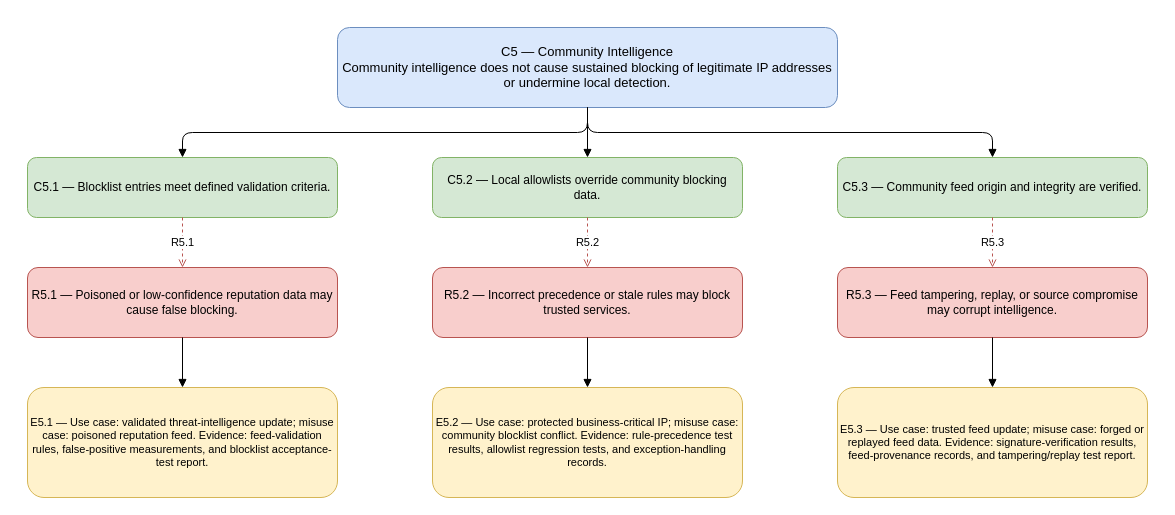
Before: page "C5 Community Intelligence" (5 of 5) of resources/static/assurane-claims/top-level-claims-subclaims-rebuttals-evidence-v1.drawio in HapticLazier2/CSCI-8420-Group-2, a draw.io diagram. Source tidied: cells renumbered, new cells numbered last; positions are measured from the earlier drawing's top-left corner, leaving out a move shared by most shapes. Both pictures are drawn from the tidied source at 100%, with x=0, y=0 at pixel (27, 27).
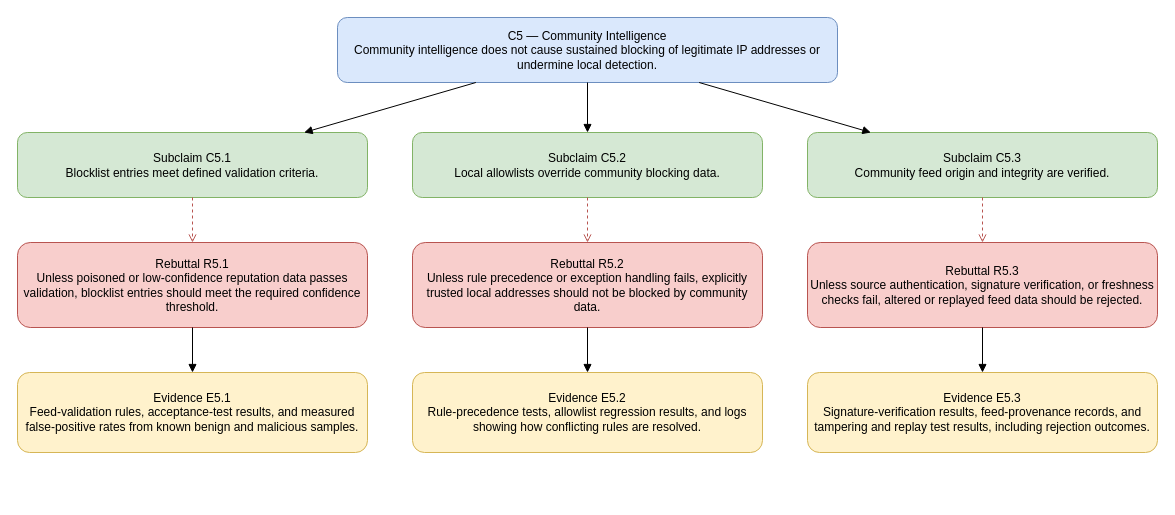
The same page after the edit.

Commit message (it also covers changes not shown here):
Modified the rebuttals to ensure the 'Unless' word exists

Change to the diagram source:
```diff
@@
-    <mxCell id="2" value="C5 — Community Intelligence&#10;Community intelligence does not cause sustained blocking of legitimate IP addresses or undermine local detection." style="rounded=1;whiteSpace=wrap;html=1;fillColor=#dae8fc;strokeColor=#6c8ebf;fontSize=13;" parent="1" vertex="1">
-      <mxGeometry x="310" width="500" height="80" as="geometry" />
+    <mxCell id="2" value="C5 — Community Intelligence&#10;Community intelligence does not cause sustained blocking of legitimate IP addresses or undermine local detection." style="rounded=1;whiteSpace=wrap;html=1;fillColor=#dae8fc;strokeColor=#6c8ebf;" parent="1" vertex="1">
+      <mxGeometry x="310" y="-10" width="500" height="65" as="geometry" />
     </mxCell>
-    <mxCell id="3" value="C5.1 — Blocklist entries meet defined validation criteria." style="rounded=1;whiteSpace=wrap;html=1;fillColor=#d5e8d4;strokeColor=#82b366;" parent="1" vertex="1">
-      <mxGeometry y="130" width="310" height="60" as="geometry" />
-    </mxCell>
+    <mxCell id="21" value="Subclaim C5.1&#10;Blocklist entries meet defined validation criteria." style="rounded=1;whiteSpace=wrap;html=1;fillColor=#d5e8d4;strokeColor=#82b366;" parent="1" vertex="1">
+      <mxGeometry x="-10" y="105" width="350" height="65" as="geometry" />
+    </mxCell>
-    <mxCell id="4" value="R5.1 — Poisoned or low-confidence reputation data may cause false blocking." style="rounded=1;whiteSpace=wrap;html=1;fillColor=#f8cecc;strokeColor=#b85450;" parent="1" vertex="1">
-      <mxGeometry y="240" width="310" height="70" as="geometry" />
+    <mxCell id="4" value="Rebuttal R5.1&#10;Unless poisoned or low-confidence reputation data passes validation, blocklist entries should meet the required confidence threshold." style="rounded=1;whiteSpace=wrap;html=1;fillColor=#f8cecc;strokeColor=#b85450;" parent="1" vertex="1">
+      <mxGeometry x="-10" y="215" width="350" height="85" as="geometry" />
     </mxCell>
-    <mxCell id="5" value="E5.1 — Use case: validated threat-intelligence update; misuse case: poisoned reputation feed. Evidence: feed-validation rules, false-positive measurements, and blocklist acceptance-test report." style="rounded=1;whiteSpace=wrap;html=1;fillColor=#fff2cc;strokeColor=#d6b656;fontSize=11;" parent="1" vertex="1">
-      <mxGeometry y="360" width="310" height="110" as="geometry" />
+    <mxCell id="5" value="Evidence E5.1&#10;Feed-validation rules, acceptance-test results, and measured false-positive rates from known benign and malicious samples." style="rounded=1;whiteSpace=wrap;html=1;fillColor=#fff2cc;strokeColor=#d6b656;" parent="1" vertex="1">
+      <mxGeometry x="-10" y="345" width="350" height="80" as="geometry" />
     </mxCell>
-    <mxCell id="6" value="C5.2 — Local allowlists override community blocking data." style="rounded=1;whiteSpace=wrap;html=1;fillColor=#d5e8d4;strokeColor=#82b366;" parent="1" vertex="1">
-      <mxGeometry x="405" y="130" width="310" height="60" as="geometry" />
-    </mxCell>
+    <mxCell id="22" value="Subclaim C5.2&#10;Local allowlists override community blocking data." style="rounded=1;whiteSpace=wrap;html=1;fillColor=#d5e8d4;strokeColor=#82b366;" parent="1" vertex="1">
+      <mxGeometry x="385" y="105" width="350" height="65" as="geometry" />
+    </mxCell>
-    <mxCell id="7" value="R5.2 — Incorrect precedence or stale rules may block trusted services." style="rounded=1;whiteSpace=wrap;html=1;fillColor=#f8cecc;strokeColor=#b85450;" parent="1" vertex="1">
-      <mxGeometry x="405" y="240" width="310" height="70" as="geometry" />
+    <mxCell id="7" value="Rebuttal R5.2&#10;Unless rule precedence or exception handling fails, explicitly trusted local addresses should not be blocked by community data." style="rounded=1;whiteSpace=wrap;html=1;fillColor=#f8cecc;strokeColor=#b85450;" parent="1" vertex="1">
+      <mxGeometry x="385" y="215" width="350" height="85" as="geometry" />
     </mxCell>
-    <mxCell id="8" value="E5.2 — Use case: protected business-critical IP; misuse case: community blocklist conflict. Evidence: rule-precedence test results, allowlist regression tests, and exception-handling records." style="rounded=1;whiteSpace=wrap;html=1;fillColor=#fff2cc;strokeColor=#d6b656;fontSize=11;" parent="1" vertex="1">
-      <mxGeometry x="405" y="360" width="310" height="110" as="geometry" />
+    <mxCell id="8" value="Evidence E5.2&#10;Rule-precedence tests, allowlist regression results, and logs showing how conflicting rules are resolved." style="rounded=1;whiteSpace=wrap;html=1;fillColor=#fff2cc;strokeColor=#d6b656;" parent="1" vertex="1">
+      <mxGeometry x="385" y="345" width="350" height="80" as="geometry" />
     </mxCell>
-    <mxCell id="9" value="C5.3 — Community feed origin and integrity are verified." style="rounded=1;whiteSpace=wrap;html=1;fillColor=#d5e8d4;strokeColor=#82b366;" parent="1" vertex="1">
-      <mxGeometry x="810" y="130" width="310" height="60" as="geometry" />
-    </mxCell>
+    <mxCell id="23" value="Subclaim C5.3&#10;Community feed origin and integrity are verified." style="rounded=1;whiteSpace=wrap;html=1;fillColor=#d5e8d4;strokeColor=#82b366;" parent="1" vertex="1">
+      <mxGeometry x="780" y="105" width="350" height="65" as="geometry" />
+    </mxCell>
-    <mxCell id="10" value="R5.3 — Feed tampering, replay, or source compromise may corrupt intelligence." style="rounded=1;whiteSpace=wrap;html=1;fillColor=#f8cecc;strokeColor=#b85450;" parent="1" vertex="1">
-      <mxGeometry x="810" y="240" width="310" height="70" as="geometry" />
+    <mxCell id="10" value="Rebuttal R5.3&#10;Unless source authentication, signature verification, or freshness checks fail, altered or replayed feed data should be rejected." style="rounded=1;whiteSpace=wrap;html=1;fillColor=#f8cecc;strokeColor=#b85450;" parent="1" vertex="1">
+      <mxGeometry x="780" y="215" width="350" height="85" as="geometry" />
     </mxCell>
-    <mxCell id="11" value="E5.3 — Use case: trusted feed update; misuse case: forged or replayed feed data. Evidence: signature-verification results, feed-provenance records, and tampering/replay test report." style="rounded=1;whiteSpace=wrap;html=1;fillColor=#fff2cc;strokeColor=#d6b656;fontSize=11;" parent="1" vertex="1">
-      <mxGeometry x="810" y="360" width="310" height="110" as="geometry" />
+    <mxCell id="11" value="Evidence E5.3&#10;Signature-verification results, feed-provenance records, and tampering and replay test results, including rejection outcomes." style="rounded=1;whiteSpace=wrap;html=1;fillColor=#fff2cc;strokeColor=#d6b656;" parent="1" vertex="1">
+      <mxGeometry x="780" y="345" width="350" height="80" as="geometry" />
     </mxCell>
-    <mxCell id="12" style="edgeStyle=orthogonalEdgeStyle;endArrow=block;html=1;" parent="1" edge="1" source="2" target="3">
+    <mxCell id="12" style="endArrow=block;html=1;" parent="1" edge="1" source="2" target="21">
       <mxGeometry relative="1" as="geometry" />
     </mxCell>
-    <mxCell id="13" style="edgeStyle=orthogonalEdgeStyle;endArrow=block;html=1;" parent="1" edge="1" source="2" target="6">
+    <mxCell id="13" style="endArrow=block;html=1;" parent="1" edge="1" source="2" target="22">
       <mxGeometry relative="1" as="geometry" />
     </mxCell>
-    <mxCell id="14" style="edgeStyle=orthogonalEdgeStyle;endArrow=block;html=1;" parent="1" edge="1" source="2" target="9">
+    <mxCell id="14" style="endArrow=block;html=1;" parent="1" edge="1" source="2" target="23">
       <mxGeometry relative="1" as="geometry" />
     </mxCell>
-    <mxCell id="15" value="R5.1" style="edgeStyle=orthogonalEdgeStyle;dashed=1;endArrow=open;strokeColor=#b85450;html=1;" parent="1" edge="1" source="3" target="4">
+    <mxCell id="15" style="endArrow=open;dashed=1;strokeColor=#b85450;html=1;" parent="1" edge="1" source="21" target="4">
       <mxGeometry relative="1" as="geometry" />
     </mxCell>
-    <mxCell id="16" value="R5.2" style="edgeStyle=orthogonalEdgeStyle;dashed=1;endArrow=open;strokeColor=#b85450;html=1;" parent="1" edge="1" source="6" target="7">
+    <mxCell id="16" style="endArrow=open;dashed=1;strokeColor=#b85450;html=1;" parent="1" edge="1" source="22" target="7">
       <mxGeometry relative="1" as="geometry" />
     </mxCell>
-    <mxCell id="17" value="R5.3" style="edgeStyle=orthogonalEdgeStyle;dashed=1;endArrow=open;strokeColor=#b85450;html=1;" parent="1" edge="1" source="9" target="10">
+    <mxCell id="17" style="endArrow=open;dashed=1;strokeColor=#b85450;html=1;" parent="1" edge="1" source="23" target="10">
       <mxGeometry relative="1" as="geometry" />
     </mxCell>
-    <mxCell id="18" style="edgeStyle=orthogonalEdgeStyle;endArrow=block;html=1;" parent="1" edge="1" source="4" target="5">
+    <mxCell id="18" style="endArrow=block;html=1;" parent="1" edge="1" source="4" target="5">
       <mxGeometry relative="1" as="geometry" />
     </mxCell>
-    <mxCell id="19" style="edgeStyle=orthogonalEdgeStyle;endArrow=block;html=1;" parent="1" edge="1" source="7" target="8">
+    <mxCell id="19" style="endArrow=block;html=1;" parent="1" edge="1" source="7" target="8">
       <mxGeometry relative="1" as="geometry" />
     </mxCell>
-    <mxCell id="20" style="edgeStyle=orthogonalEdgeStyle;endArrow=block;html=1;" parent="1" edge="1" source="10" target="11">
+    <mxCell id="20" style="endArrow=block;html=1;" parent="1" edge="1" source="10" target="11">
       <mxGeometry relative="1" as="geometry" />
     </mxCell>
```
